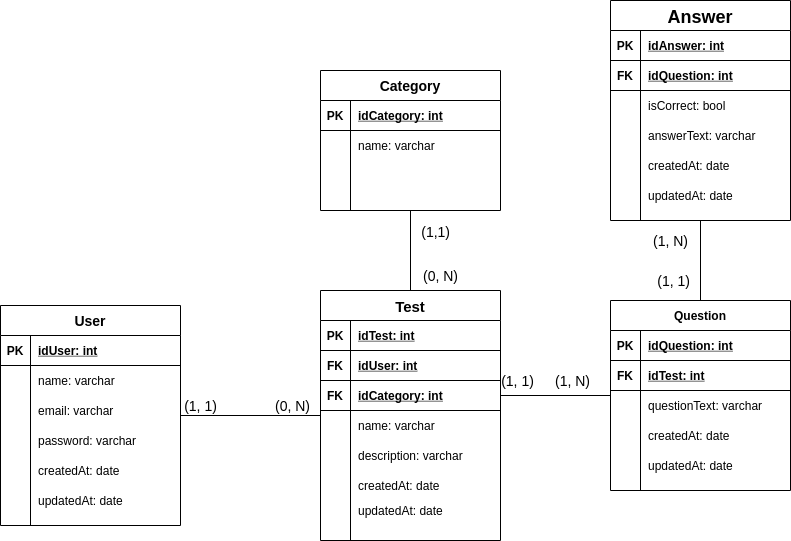
The draw.io diagram documentacao/imagens/der.png in ICEI-PUC-Minas-PPLES-TI/plf-es-2021-1-ti5-6702100-goask, before a commit. Source tidied: cells renumbered, new cells last; positions are measured from the earlier drawing's top-left corner, leaving out a move shared by most shapes.
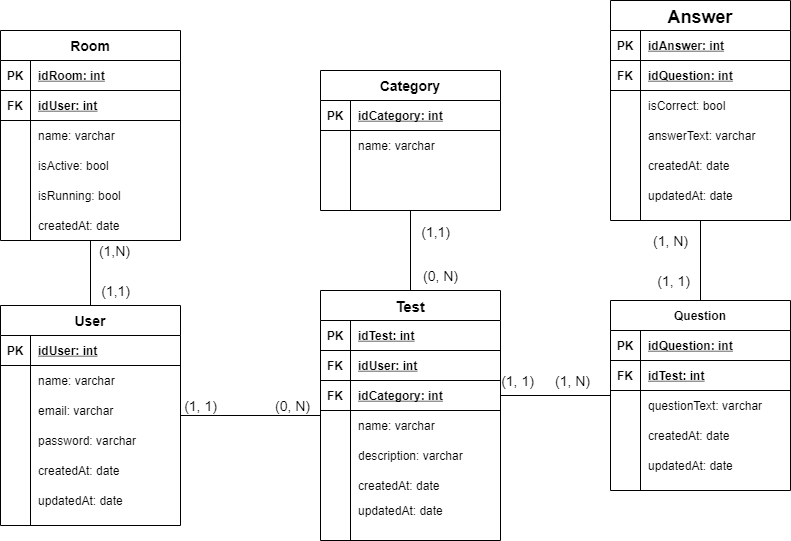
The same file after the commit.

What changed in the source:
```diff
@@ -301,5 +301,71 @@
         <mxPoint x="-10" y="-10" as="offset" />
       </mxGeometry>
     </mxCell>
+    <mxCell id="99" style="edgeStyle=orthogonalEdgeStyle;rounded=0;jettySize=auto;html=1;entryX=0.5;entryY=0;entryDx=0;entryDy=0;endArrow=none;endFill=0;" parent="1" edge="1" source="100" target="2">
+      <mxGeometry relative="1" as="geometry" />
+    </mxCell>
+    <mxCell id="100" value="Room" style="shape=table;startSize=30;rowLines=0;fontStyle=1;align=center;fontSize=14;" parent="1" vertex="1">
+      <mxGeometry y="30" width="180" height="210" as="geometry" />
+    </mxCell>
+    <mxCell id="101" style="shape=partialRectangle;fillColor=none;top=0;left=0;bottom=1;right=0;" parent="100" vertex="1">
+      <mxGeometry y="30" width="180" height="30" as="geometry" />
+    </mxCell>
+    <mxCell id="102" value="PK" style="shape=partialRectangle;fillColor=none;top=0;left=0;bottom=0;right=0;fontStyle=1;overflow=hidden;" parent="101" vertex="1">
+      <mxGeometry width="30" height="30" as="geometry" />
+    </mxCell>
+    <mxCell id="103" value="idRoom: int" style="shape=partialRectangle;fillColor=none;top=0;left=0;bottom=0;right=0;align=left;spacingLeft=6;fontStyle=5;overflow=hidden;" parent="101" vertex="1">
+      <mxGeometry x="30" width="150" height="30" as="geometry" />
+    </mxCell>
+    <mxCell id="104" style="shape=partialRectangle;fillColor=none;top=0;left=0;bottom=1;right=0;" parent="100" vertex="1">
+      <mxGeometry y="60" width="180" height="30" as="geometry" />
+    </mxCell>
+    <mxCell id="105" value="FK" style="shape=partialRectangle;fillColor=none;top=0;left=0;bottom=0;right=0;fontStyle=1;overflow=hidden;" parent="104" vertex="1">
+      <mxGeometry width="30" height="30" as="geometry" />
+    </mxCell>
+    <mxCell id="106" value="idUser: int" style="shape=partialRectangle;fillColor=none;top=0;left=0;bottom=0;right=0;align=left;spacingLeft=6;fontStyle=5;overflow=hidden;" parent="104" vertex="1">
+      <mxGeometry x="30" width="150" height="30" as="geometry" />
+    </mxCell>
+    <mxCell id="107" style="shape=partialRectangle;top=0;left=0;bottom=0;right=0;fillColor=none;" parent="100" vertex="1">
+      <mxGeometry y="90" width="180" height="30" as="geometry" />
+    </mxCell>
+    <mxCell id="108" style="shape=partialRectangle;fillColor=none;top=0;left=0;bottom=0;right=0;overflow=hidden;" parent="107" vertex="1">
+      <mxGeometry width="30" height="30" as="geometry" />
+    </mxCell>
+    <mxCell id="109" value="name: varchar" style="shape=partialRectangle;fillColor=none;top=0;left=0;bottom=0;right=0;align=left;spacingLeft=6;overflow=hidden;" parent="107" vertex="1">
+      <mxGeometry x="30" width="150" height="30" as="geometry" />
+    </mxCell>
+    <mxCell id="110" style="shape=partialRectangle;fillColor=none;top=0;left=0;bottom=0;right=0;" parent="100" vertex="1">
+      <mxGeometry y="120" width="180" height="30" as="geometry" />
+    </mxCell>
+    <mxCell id="111" style="shape=partialRectangle;fillColor=none;top=0;left=0;bottom=0;right=0;overflow=hidden;" parent="110" vertex="1">
+      <mxGeometry width="30" height="30" as="geometry" />
+    </mxCell>
+    <mxCell id="112" value="isActive: bool" style="shape=partialRectangle;fillColor=none;top=0;left=0;bottom=0;right=0;align=left;spacingLeft=6;overflow=hidden;" parent="110" vertex="1">
+      <mxGeometry x="30" width="150" height="30" as="geometry" />
+    </mxCell>
+    <mxCell id="113" style="shape=partialRectangle;fillColor=none;top=0;left=0;bottom=0;right=0;" parent="100" vertex="1">
+      <mxGeometry y="150" width="180" height="30" as="geometry" />
+    </mxCell>
+    <mxCell id="114" style="shape=partialRectangle;fillColor=none;top=0;left=0;bottom=0;right=0;overflow=hidden;" parent="113" vertex="1">
+      <mxGeometry width="30" height="30" as="geometry" />
+    </mxCell>
+    <mxCell id="115" value="isRunning: bool" style="shape=partialRectangle;fillColor=none;top=0;left=0;bottom=0;right=0;align=left;spacingLeft=6;overflow=hidden;" parent="113" vertex="1">
+      <mxGeometry x="30" width="150" height="30" as="geometry" />
+    </mxCell>
+    <mxCell id="116" style="shape=partialRectangle;fillColor=none;top=0;left=0;bottom=0;right=0;" parent="100" vertex="1">
+      <mxGeometry y="180" width="180" height="30" as="geometry" />
+    </mxCell>
+    <mxCell id="117" style="shape=partialRectangle;fillColor=none;top=0;left=0;bottom=0;right=0;overflow=hidden;" parent="116" vertex="1">
+      <mxGeometry width="30" height="30" as="geometry" />
+    </mxCell>
+    <mxCell id="118" value="createdAt: date" style="shape=partialRectangle;fillColor=none;top=0;left=0;bottom=0;right=0;align=left;spacingLeft=6;overflow=hidden;" parent="116" vertex="1">
+      <mxGeometry x="30" width="150" height="30" as="geometry" />
+    </mxCell>
+    <mxCell id="119" value="&lt;font style=&quot;font-size: 14px&quot;&gt;(1,N)&lt;/font&gt;" style="html=1;align=right;verticalAlign=bottom;fontSize=14;" parent="1" vertex="1">
+      <mxGeometry x="130" y="260" as="geometry" />
+    </mxCell>
+    <mxCell id="120" value="&lt;font style=&quot;font-size: 14px&quot;&gt;(1,1)&lt;/font&gt;" style="html=1;align=right;verticalAlign=bottom;fontSize=14;" parent="1" vertex="1">
+      <mxGeometry x="130" y="300" as="geometry" />
+    </mxCell>
   </root>
 </mxGraphModel>
```
